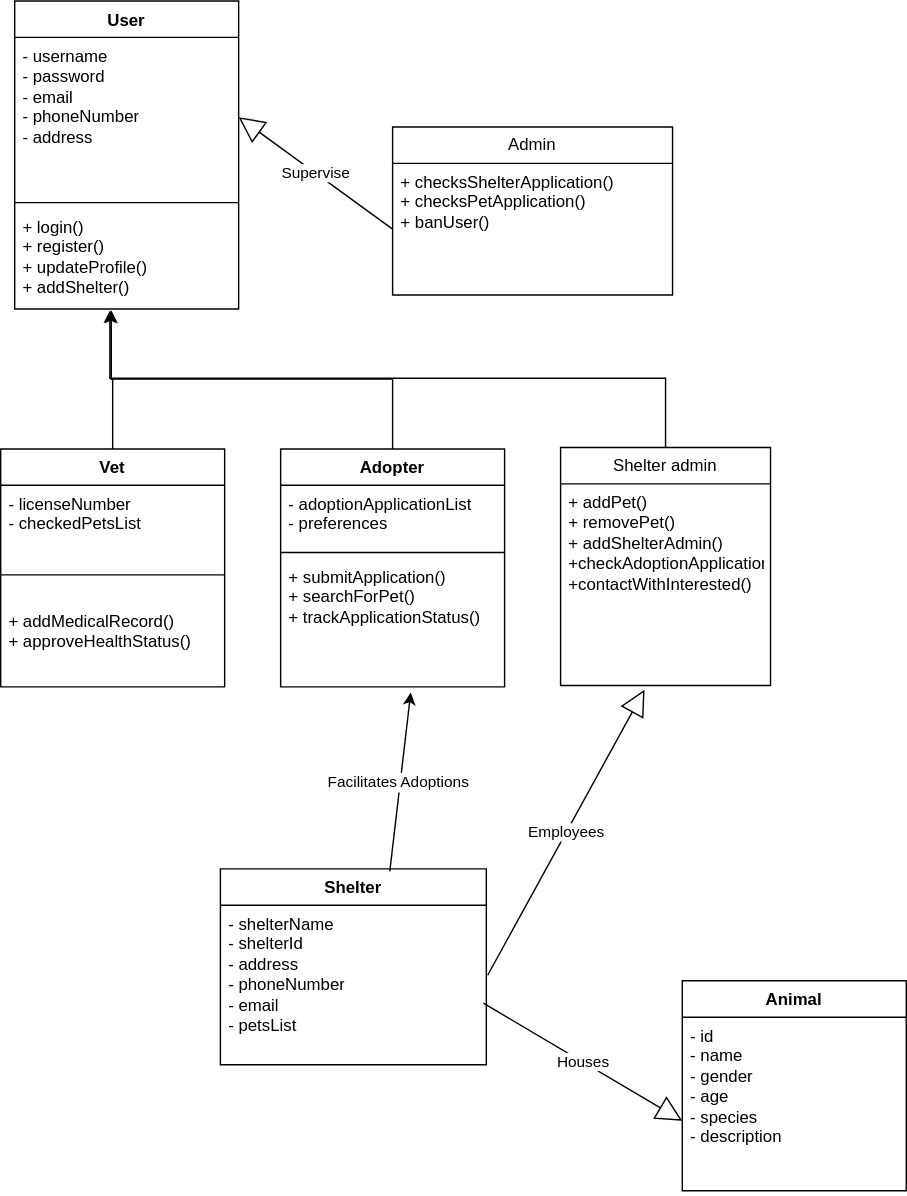
Earlier version of the draw.io export ClassDiagram.svg (Thomaskald/DistributedSystems). Source tidied: cells renumbered, new cells last; positions are measured from the earlier drawing's top-left corner, leaving out a move shared by most shapes.
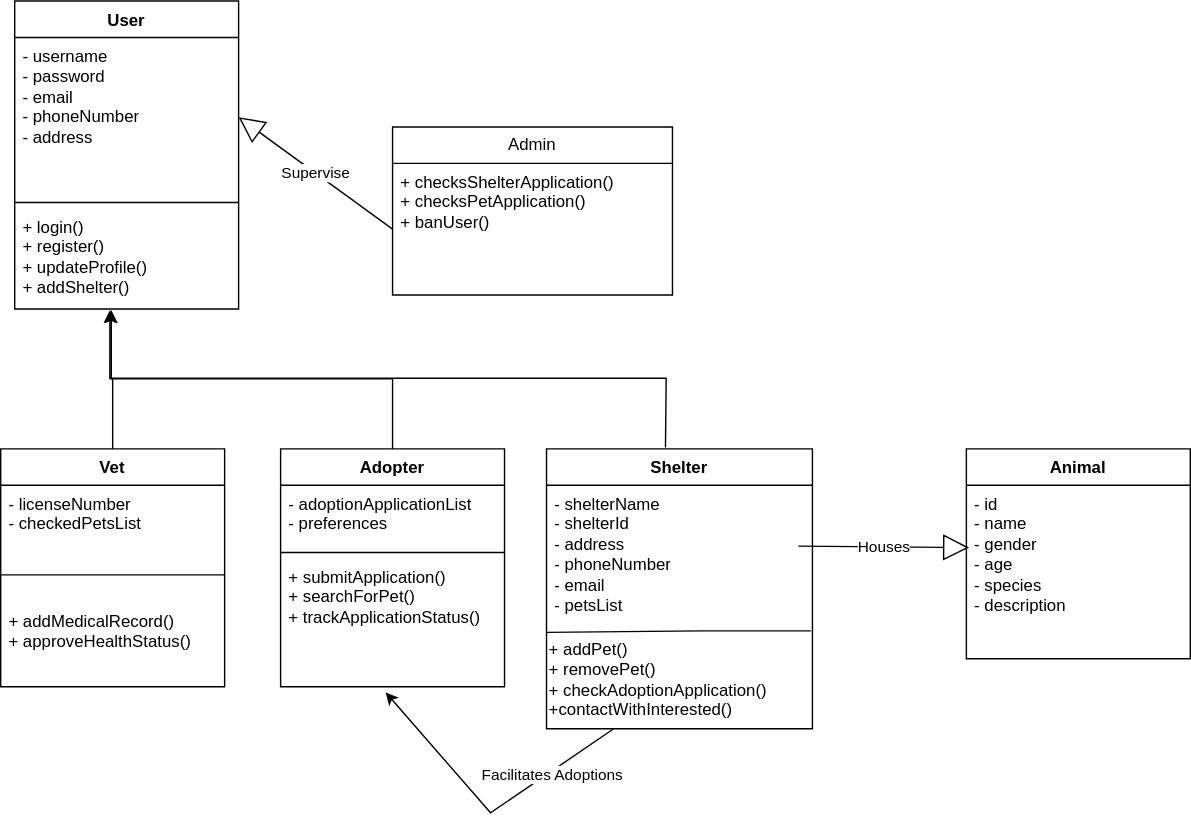
Later version of the same file.

What changed in the source:
```diff
@@ -51,43 +51,53 @@
       <mxGeometry relative="1" as="geometry" />
     </mxCell>
     <mxCell id="18" value="Shelter" style="swimlane;fontStyle=1;align=center;verticalAlign=top;horizontal=1;startSize=26;whiteSpace=wrap;html=1;" parent="1" vertex="1">
-      <mxGeometry x="157" y="620" width="190" height="140" as="geometry" />
+      <mxGeometry x="390" y="320" width="190" height="200" as="geometry" />
     </mxCell>
+    <mxCell id="31" style="endArrow=none;html=1;rounded=0;entryX=0.989;entryY=0.466;entryDx=0;entryDy=0;entryPerimeter=0;exitX=-0.005;exitY=0.47;exitDx=0;exitDy=0;exitPerimeter=0;" parent="18" edge="1">
+      <mxGeometry relative="1" as="geometry">
+        <mxPoint y="131.1" as="sourcePoint" />
+        <mxPoint x="188.9" y="130" as="targetPoint" />
+        <Array as="points">
+          <mxPoint x="111" y="130" />
+        </Array>
+      </mxGeometry>
+    </mxCell>
     <mxCell id="19" value="- shelterName&lt;div&gt;- shelterId&lt;/div&gt;&lt;div&gt;- address&lt;/div&gt;&lt;div&gt;- phoneNumber&lt;/div&gt;&lt;div&gt;- email&lt;/div&gt;&lt;div&gt;- petsList&lt;/div&gt;" style="text;strokeColor=none;fillColor=none;align=left;verticalAlign=top;spacingLeft=4;spacingRight=4;overflow=hidden;points=[[0,0.5],[1,0.5]];portConstraint=eastwest;whiteSpace=wrap;html=1;" parent="18" vertex="1">
-      <mxGeometry y="26" width="190" height="114" as="geometry" />
+      <mxGeometry y="26" width="190" height="104" as="geometry" />
     </mxCell>
-    <mxCell id="20" style="endArrow=classic;html=1;rounded=0;exitX=0.637;exitY=0.013;exitDx=0;exitDy=0;exitPerimeter=0;entryX=0.581;entryY=1.043;entryDx=0;entryDy=0;entryPerimeter=0;" parent="1" edge="1" source="18" target="16">
-      <mxGeometry relative="1" as="geometry" />
-    </mxCell>
-    <mxCell id="21" value="Label" style="edgeLabel;html=1;align=center;verticalAlign=middle;" parent="20" vertex="1">
-      <mxGeometry relative="1" as="geometry" />
-    </mxCell>
-    <mxCell id="22" value="Facilitates Adoptions" style="edgeLabel;html=1;align=center;verticalAlign=middle;" parent="20" vertex="1">
-      <mxGeometry x="0.02" y="2" relative="1" as="geometry" />
-    </mxCell>
+    <mxCell id="32" value="+ addPet()&lt;div&gt;+ removePet()&lt;/div&gt;&lt;div&gt;+ checkAdoptionApplication()&lt;/div&gt;&lt;div&gt;+contactWithInterested()&lt;/div&gt;" style="text;html=1;align=left;verticalAlign=middle;strokeColor=none;fillColor=none;" parent="18" vertex="1">
+      <mxGeometry y="130" width="190" height="70" as="geometry" />
+    </mxCell>
     <mxCell id="23" value="Animal" style="swimlane;fontStyle=1;align=center;verticalAlign=top;horizontal=1;startSize=26;whiteSpace=wrap;html=1;" parent="1" vertex="1">
-      <mxGeometry x="487" y="700" width="160" height="150" as="geometry" />
+      <mxGeometry x="690" y="320" width="160" height="150" as="geometry" />
     </mxCell>
-    <mxCell id="24" value="- id&amp;nbsp;&lt;div&gt;- name&lt;/div&gt;&lt;div&gt;- gender&lt;/div&gt;&lt;div&gt;- age&lt;/div&gt;&lt;div&gt;- species&lt;/div&gt;&lt;div&gt;- description&lt;/div&gt;" style="text;strokeColor=none;fillColor=none;align=left;verticalAlign=top;spacingLeft=4;spacingRight=4;overflow=hidden;points=[[0,0.5],[1,0.5]];portConstraint=eastwest;whiteSpace=wrap;html=1;" parent="1" vertex="1">
-      <mxGeometry x="487" y="726" width="160" height="124" as="geometry" />
+    <mxCell id="24" value="- id&amp;nbsp;&lt;div&gt;- name&lt;/div&gt;&lt;div&gt;- gender&lt;/div&gt;&lt;div&gt;- age&lt;/div&gt;&lt;div&gt;- species&lt;/div&gt;&lt;div&gt;- description&lt;/div&gt;" style="text;strokeColor=none;fillColor=none;align=left;verticalAlign=top;spacingLeft=4;spacingRight=4;overflow=hidden;points=[[0,0.5],[1,0.5]];portConstraint=eastwest;whiteSpace=wrap;html=1;" parent="23" vertex="1">
+      <mxGeometry y="26" width="160" height="124" as="geometry" />
     </mxCell>
-    <mxCell id="25" value="Houses" style="endArrow=block;endSize=16;endFill=0;html=1;rounded=0;entryX=0;entryY=0.597;entryDx=0;entryDy=0;entryPerimeter=0;exitX=0.989;exitY=0.614;exitDx=0;exitDy=0;exitPerimeter=0;" parent="1" edge="1" source="19" target="24">
-      <mxGeometry relative="1" as="geometry" />
+    <mxCell id="25" value="Houses" style="endArrow=block;endSize=16;endFill=0;html=1;rounded=0;entryX=0.025;entryY=0.274;entryDx=0;entryDy=0;exitX=1.011;exitY=0.289;exitDx=0;exitDy=0;exitPerimeter=0;entryPerimeter=0;" parent="1" edge="1">
+      <mxGeometry relative="1" as="geometry">
+        <mxPoint x="570" y="389.5" as="sourcePoint" />
+        <mxPoint x="691.9" y="390.5" as="targetPoint" />
+      </mxGeometry>
     </mxCell>
-    <mxCell id="26" value="Shelter admin" style="swimlane;fontStyle=0;horizontal=1;startSize=26;fillColor=none;whiteSpace=wrap;html=1;" parent="1" vertex="1">
-      <mxGeometry x="400" y="319" width="150" height="170" as="geometry" />
-    </mxCell>
-    <mxCell id="27" value="+ addPet()&lt;div&gt;+ removePet()&lt;/div&gt;&lt;div&gt;+ addShelterAdmin()&lt;/div&gt;&lt;div&gt;&lt;div&gt;+checkAdoptionApplications()&lt;/div&gt;&lt;div&gt;+contactWithInterested()&lt;/div&gt;&lt;/div&gt;" style="text;strokeColor=none;fillColor=none;align=left;verticalAlign=top;spacingLeft=4;spacingRight=4;overflow=hidden;points=[[0,0.5],[1,0.5]];portConstraint=eastwest;whiteSpace=wrap;html=1;" parent="26" vertex="1">
-      <mxGeometry y="26" width="150" height="144" as="geometry" />
-    </mxCell>
-    <mxCell id="28" style="edgeStyle=orthogonalEdgeStyle;rounded=0;jettySize=auto;html=1;entryX=0.425;entryY=1.014;entryDx=0;entryDy=0;entryPerimeter=0;" parent="1" edge="1" source="26" target="5">
-      <mxGeometry relative="1" as="geometry" />
+    <mxCell id="28" style="edgeStyle=orthogonalEdgeStyle;rounded=0;jettySize=auto;html=1;entryX=0.425;entryY=1.014;entryDx=0;entryDy=0;entryPerimeter=0;" parent="1" edge="1" target="5">
+      <mxGeometry relative="1" as="geometry">
+        <mxPoint x="475" y="319" as="sourcePoint" />
+      </mxGeometry>
     </mxCell>
-    <mxCell id="29" value="Employees" style="endArrow=block;endSize=16;endFill=0;html=1;rounded=0;exitX=1.005;exitY=0.439;exitDx=0;exitDy=0;exitPerimeter=0;entryX=0.4;entryY=1.021;entryDx=0;entryDy=0;entryPerimeter=0;" parent="1" edge="1" source="19" target="27">
-      <mxGeometry relative="1" as="geometry" />
-    </mxCell>
     <mxCell id="30" value="Supervise" style="endArrow=block;endSize=16;endFill=0;html=1;rounded=0;exitX=0;exitY=0.5;exitDx=0;exitDy=0;entryX=1;entryY=0.5;entryDx=0;entryDy=0;" parent="1" edge="1" source="7" target="3">
       <mxGeometry relative="1" as="geometry" />
     </mxCell>
+    <mxCell id="33" style="endArrow=classic;html=1;rounded=0;exitX=0.521;exitY=0.991;exitDx=0;exitDy=0;exitPerimeter=0;entryX=0.469;entryY=1.043;entryDx=0;entryDy=0;entryPerimeter=0;" parent="1" edge="1" target="16">
+      <mxGeometry relative="1" as="geometry">
+        <mxPoint x="438" y="520" as="sourcePoint" />
+        <Array as="points">
+          <mxPoint x="350" y="580" />
+        </Array>
+      </mxGeometry>
+    </mxCell>
+    <mxCell id="22" value="Facilitates Adoptions" style="edgeLabel;html=1;align=center;verticalAlign=middle;" parent="33" vertex="1">
+      <mxGeometry x="-0.5" y="2" relative="1" as="geometry" />
+    </mxCell>
   </root>
 </mxGraphModel>
```
